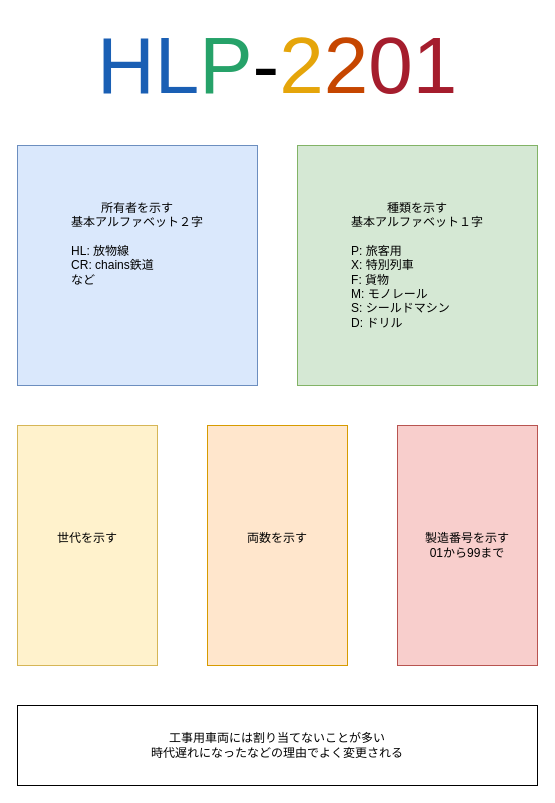
Before: page "Page-7" (12 of 15) of 放物.drawio in chainsawsteel1/drawio-files, a draw.io diagram. Source tidied: cells renumbered, new cells numbered last; positions are measured from the earlier drawing's top-left corner, leaving out a move shared by most shapes. Both pictures are drawn from the tidied source at 100%, with x=0, y=0 at pixel (17, 25).
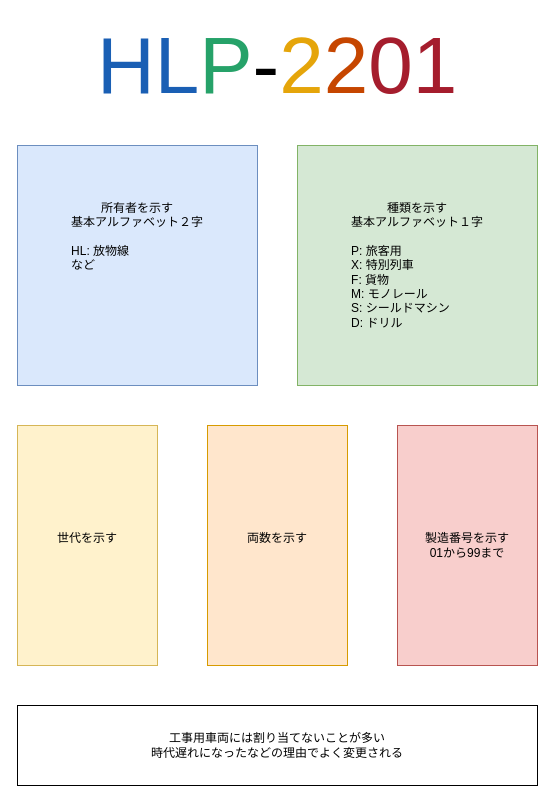
The same page after the edit.

What changed in the source:
```diff
@@
 <mxGraphModel>
   <root>
     <mxCell id="0" />
     <mxCell id="1" parent="0" />
     <mxCell id="2" value="&lt;font style=&quot;font-size: 80px;&quot;&gt;&lt;font color=&quot;#1a5fb4&quot;&gt;HL&lt;/font&gt;&lt;font color=&quot;#26a269&quot;&gt;P&lt;/font&gt;-&lt;font color=&quot;#e5a50a&quot;&gt;2&lt;/font&gt;&lt;font color=&quot;#c64600&quot;&gt;2&lt;/font&gt;&lt;font color=&quot;#a51d2d&quot;&gt;01&lt;/font&gt;&lt;/font&gt;" style="text;html=1;align=center;verticalAlign=middle;whiteSpace=wrap;rounded=0;" parent="1" vertex="1">
       <mxGeometry width="520" height="80" as="geometry" />
     </mxCell>
-    <mxCell id="3" value="&lt;div&gt;所有者を示す&lt;/div&gt;&lt;div&gt;基本アルファベット２字&lt;/div&gt;&lt;div&gt;&lt;br&gt;&lt;/div&gt;&lt;div align=&quot;left&quot;&gt;HL: 放物線&lt;/div&gt;&lt;div align=&quot;left&quot;&gt;CR: chains鉄道&lt;/div&gt;&lt;div align=&quot;left&quot;&gt;など&lt;/div&gt;&lt;div align=&quot;left&quot;&gt;&lt;br&gt;&lt;/div&gt;&lt;div align=&quot;left&quot;&gt;&lt;br&gt;&lt;/div&gt;&lt;div align=&quot;left&quot;&gt;&lt;br&gt;&lt;/div&gt;" style="rounded=0;whiteSpace=wrap;html=1;fillColor=#dae8fc;strokeColor=#6c8ebf;" parent="1" vertex="1">
+    <mxCell id="3" value="&lt;div&gt;所有者を示す&lt;/div&gt;&lt;div&gt;基本アルファベット２字&lt;/div&gt;&lt;div&gt;&lt;br&gt;&lt;/div&gt;&lt;div align=&quot;left&quot;&gt;HL: 放物線&lt;/div&gt;&lt;div align=&quot;left&quot;&gt;など&lt;/div&gt;&lt;div align=&quot;left&quot;&gt;&lt;br&gt;&lt;/div&gt;&lt;div align=&quot;left&quot;&gt;&lt;br&gt;&lt;/div&gt;&lt;div align=&quot;left&quot;&gt;&lt;br&gt;&lt;/div&gt;&lt;div align=&quot;left&quot;&gt;&lt;br&gt;&lt;/div&gt;" style="rounded=0;whiteSpace=wrap;html=1;fillColor=#dae8fc;strokeColor=#6c8ebf;" parent="1" vertex="1">
       <mxGeometry y="120" width="240" height="240" as="geometry" />
     </mxCell>
     <mxCell id="4" value="&lt;div&gt;種類を示す&lt;/div&gt;&lt;div&gt;基本アルファベット１字&lt;/div&gt;&lt;div align=&quot;left&quot;&gt;&lt;br&gt;&lt;/div&gt;&lt;div align=&quot;left&quot;&gt;P: 旅客用&lt;/div&gt;&lt;div align=&quot;left&quot;&gt;X: 特別列車&lt;/div&gt;&lt;div align=&quot;left&quot;&gt;F: 貨物&lt;/div&gt;&lt;div align=&quot;left&quot;&gt;M: モノレール&lt;/div&gt;&lt;div align=&quot;left&quot;&gt;S: シールドマシン&lt;br&gt;&lt;/div&gt;&lt;div align=&quot;left&quot;&gt;D: ドリル&lt;br&gt;&lt;/div&gt;" style="rounded=0;whiteSpace=wrap;html=1;fillColor=#d5e8d4;strokeColor=#82b366;" parent="1" vertex="1">
       <mxGeometry x="280" y="120" width="240" height="240" as="geometry" />
     </mxCell>
     <mxCell id="5" value="&lt;div&gt;世代を示す&lt;/div&gt;&lt;div&gt;&lt;br&gt;&lt;/div&gt;" style="rounded=0;whiteSpace=wrap;html=1;fillColor=#fff2cc;strokeColor=#d6b656;" parent="1" vertex="1">
       <mxGeometry y="400" width="140" height="240" as="geometry" />
     </mxCell>
     <mxCell id="6" value="&lt;div&gt;両数を示す&lt;/div&gt;&lt;div&gt;&lt;br&gt;&lt;/div&gt;" style="rounded=0;whiteSpace=wrap;html=1;fillColor=#ffe6cc;strokeColor=#d79b00;" parent="1" vertex="1">
       <mxGeometry x="190" y="400" width="140" height="240" as="geometry" />
     </mxCell>
     <mxCell id="7" value="&lt;div&gt;製造番号を示す&lt;/div&gt;&lt;div&gt;01から99まで&lt;br&gt;&lt;/div&gt;" style="rounded=0;whiteSpace=wrap;html=1;fillColor=#f8cecc;strokeColor=#b85450;" parent="1" vertex="1">
       <mxGeometry x="380" y="400" width="140" height="240" as="geometry" />
     </mxCell>
     <mxCell id="8" value="&lt;div&gt;工事用車両には割り当てないことが多い&lt;/div&gt;&lt;div&gt;時代遅れになったなどの理由でよく変更される&lt;/div&gt;" style="rounded=0;whiteSpace=wrap;html=1;" parent="1" vertex="1">
       <mxGeometry y="680" width="520" height="80" as="geometry" />
     </mxCell>
   </root>
 </mxGraphModel>
```
